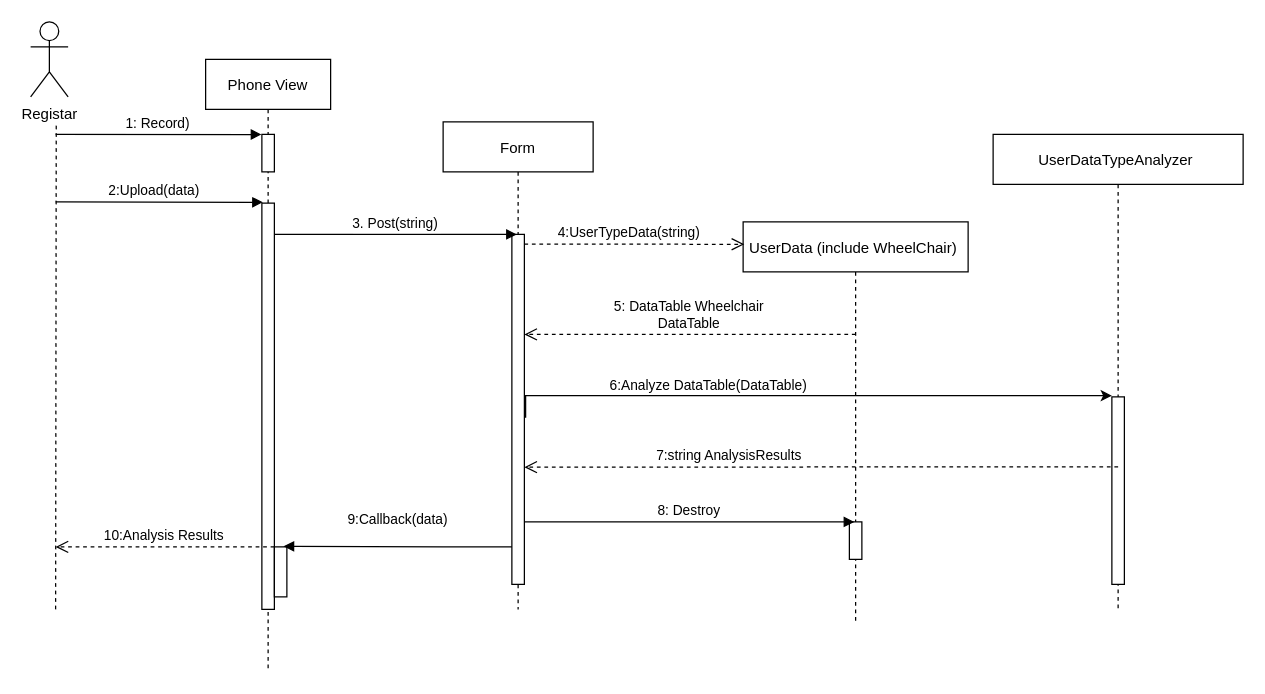
HrangK/Software keeps this draw.io diagram as Untitled Diagram.drawio. Above is the earlier version. Source tidied: cells renumbered, new cells numbered last; positions are measured from the earlier drawing's top-left corner, leaving out a move shared by most shapes. Both pictures are drawn from the tidied source at 125%, with x=0, y=0 at pixel (30, 21).
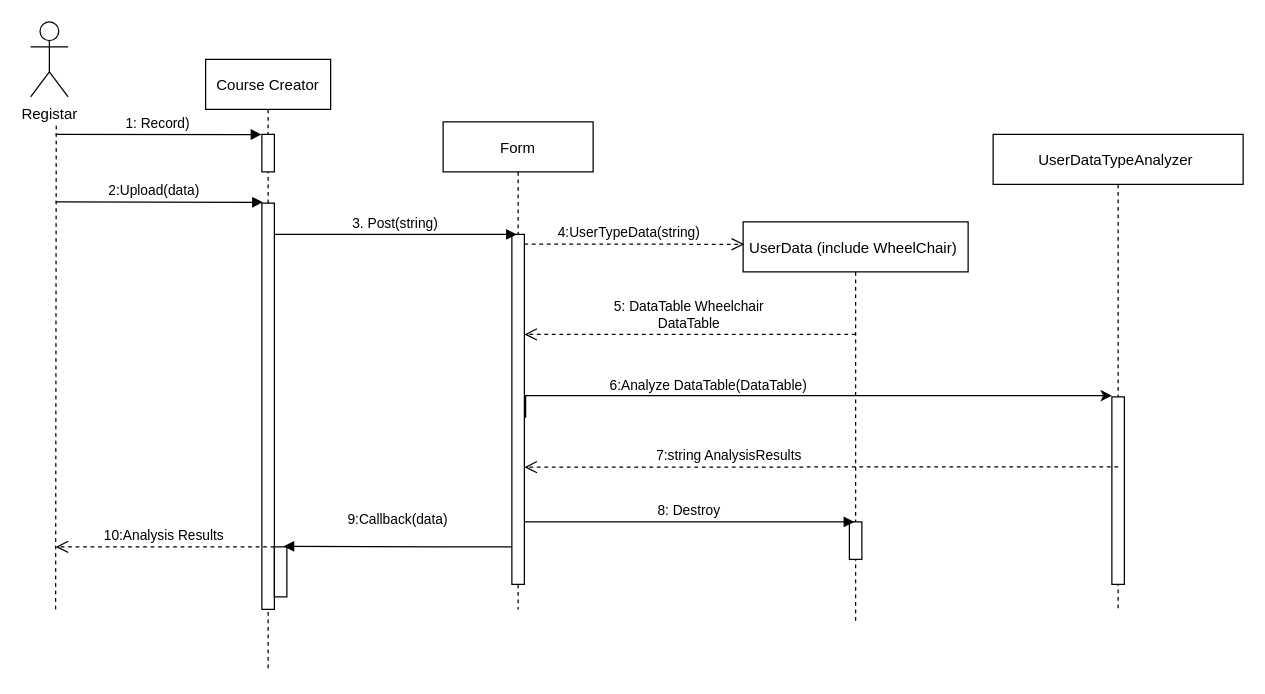
Above is the later version.

The edit, as a diff of the source:
```diff
@@
-    <mxCell id="2" value="Phone View" style="shape=umlLifeline;perimeter=lifelinePerimeter;rounded=0;shadow=0;strokeWidth=1;size=40;" parent="1" vertex="1">
+    <mxCell id="2" value="Course Creator" style="shape=umlLifeline;perimeter=lifelinePerimeter;rounded=0;shadow=0;strokeWidth=1;size=40;" parent="1" vertex="1">
       <mxGeometry x="140" y="30" width="100" height="490" as="geometry" />
     </mxCell>
```
